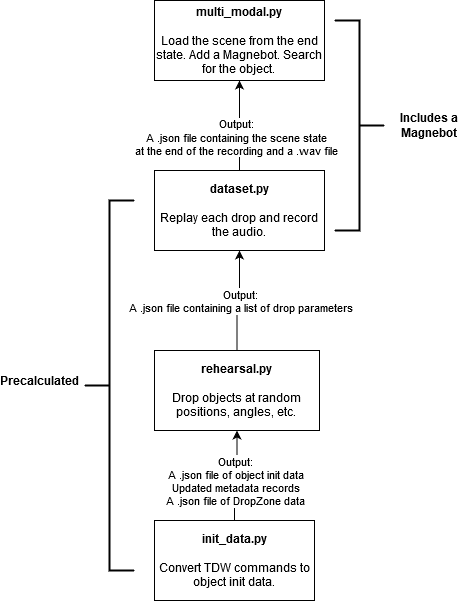
The draw.io diagram doc/images/dataset.png in alters-mit/multimodal_challenge, before a commit. Source tidied: cells renumbered, new cells last; positions are measured from the earlier drawing's top-left corner, leaving out a move shared by most shapes.
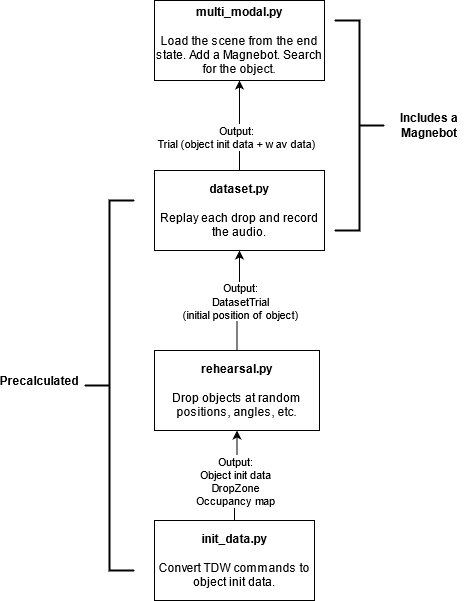
After the change.

Diff of the diagram source:
```diff
@@ -5,7 +5,7 @@
     <mxCell id="2" style="edgeStyle=orthogonalEdgeStyle;rounded=0;jettySize=auto;html=1;" parent="1" edge="1" source="4" target="7">
       <mxGeometry relative="1" as="geometry" />
     </mxCell>
-    <mxCell id="3" value="&lt;div&gt;Output:&lt;/div&gt;&lt;div&gt;A .json file containing a list of drop parameters&lt;br&gt;&lt;/div&gt;" style="edgeLabel;html=1;align=center;verticalAlign=middle;" parent="2" vertex="1">
+    <mxCell id="3" value="&lt;div&gt;Output:&lt;/div&gt;&lt;div&gt;DatasetTrial&lt;br&gt;&lt;/div&gt;&lt;div&gt;(initial position of object)&lt;br&gt;&lt;/div&gt;" style="edgeLabel;html=1;align=center;verticalAlign=middle;" parent="2" vertex="1">
       <mxGeometry x="0.3" relative="1" as="geometry">
         <mxPoint y="15" as="offset" />
       </mxGeometry>
@@ -16,7 +16,7 @@
     <mxCell id="5" style="edgeStyle=orthogonalEdgeStyle;rounded=0;jettySize=auto;html=1;" parent="1" edge="1" source="7" target="8">
       <mxGeometry relative="1" as="geometry" />
     </mxCell>
-    <mxCell id="6" value="&lt;div&gt;Output: &lt;br&gt;&lt;/div&gt;&lt;div&gt;A .json file containing the scene state &lt;br&gt;&lt;/div&gt;&lt;div&gt;at the end of the recording and a .wav file&lt;/div&gt;" style="edgeLabel;html=1;align=center;verticalAlign=middle;" parent="5" vertex="1">
+    <mxCell id="6" value="&lt;div&gt;Output: &lt;br&gt;&lt;/div&gt;&lt;div&gt;Trial (object init data + wav data)&lt;br&gt;&lt;/div&gt;" style="edgeLabel;html=1;align=center;verticalAlign=middle;" parent="5" vertex="1">
       <mxGeometry x="-0.24" y="4" relative="1" as="geometry" />
     </mxCell>
     <mxCell id="7" value="&lt;div&gt;&lt;b&gt;dataset.py&lt;/b&gt;&lt;/div&gt;&lt;div&gt;&lt;b&gt;&lt;br&gt;&lt;/b&gt;&lt;/div&gt;&lt;div&gt;Replay each drop and record the audio.&lt;br&gt;&lt;/div&gt;" style="whiteSpace=wrap;html=1;rounded=0;" parent="1" vertex="1">
@@ -40,7 +40,7 @@
     <mxCell id="13" style="edgeStyle=orthogonalEdgeStyle;rounded=0;jettySize=auto;html=1;exitX=0.5;exitY=0;exitDx=0;exitDy=0;entryX=0.5;entryY=1;entryDx=0;entryDy=0;" parent="1" edge="1" source="15" target="4">
       <mxGeometry relative="1" as="geometry" />
     </mxCell>
-    <mxCell id="14" value="&lt;div&gt;Output:&lt;/div&gt;&lt;div&gt;A .json file of object init data&lt;/div&gt;&lt;div&gt;Updated metadata records&lt;/div&gt;&lt;div&gt;A .json file of DropZone data&lt;br&gt;&lt;/div&gt;" style="edgeLabel;html=1;align=center;verticalAlign=middle;" parent="13" vertex="1">
+    <mxCell id="14" value="&lt;div&gt;Output:&lt;/div&gt;&lt;div&gt;Object init data&lt;/div&gt;&lt;div&gt;DropZone&lt;br&gt;&lt;/div&gt;&lt;div&gt;Occupancy map&lt;br&gt;&lt;/div&gt;" style="edgeLabel;html=1;align=center;verticalAlign=middle;" parent="13" vertex="1">
       <mxGeometry x="0.28" y="4" relative="1" as="geometry">
         <mxPoint x="1.5" y="17" as="offset" />
       </mxGeometry>
```
